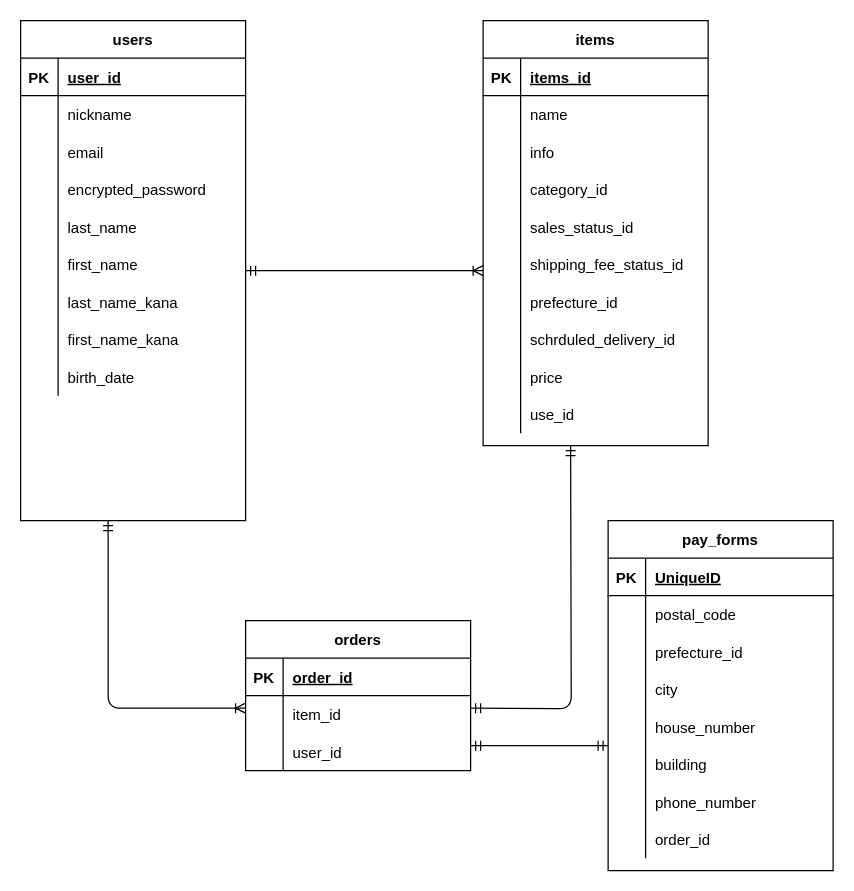
gorotakeda/furima-35661 keeps this draw.io diagram as furima.dio. Above is the earlier version. Source tidied: cells renumbered, new cells numbered last; positions are measured from the earlier drawing's top-left corner, leaving out a move shared by most shapes. Both pictures are drawn from the tidied source at 125%, with x=0, y=0 at pixel (20, 20).
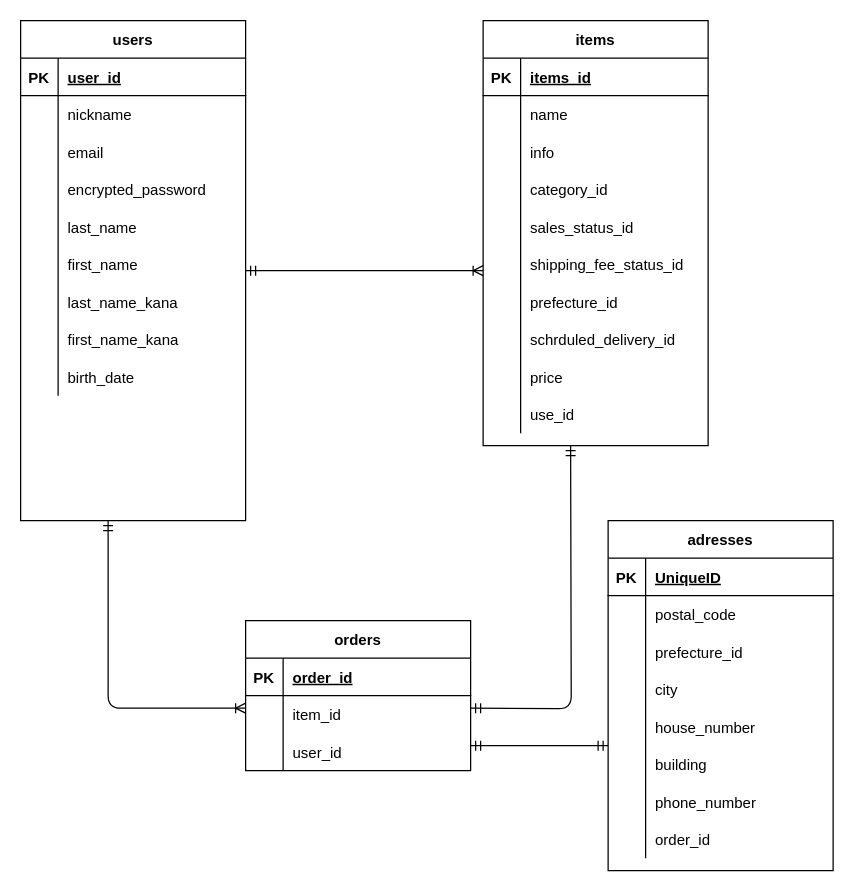
Above is the later version.

Diff of the diagram source:
```diff
@@
-    <mxCell id="74" value="pay_forms" style="shape=table;startSize=30;childLayout=tableLayout;rowLines=0;fontStyle=1;align=center;" parent="1" vertex="1">
+    <mxCell id="74" value="adresses" style="shape=table;startSize=30;childLayout=tableLayout;rowLines=0;fontStyle=1;align=center;" parent="1" vertex="1">
       <mxGeometry x="470" y="400" width="180" height="280" as="geometry" />
     </mxCell>
```
